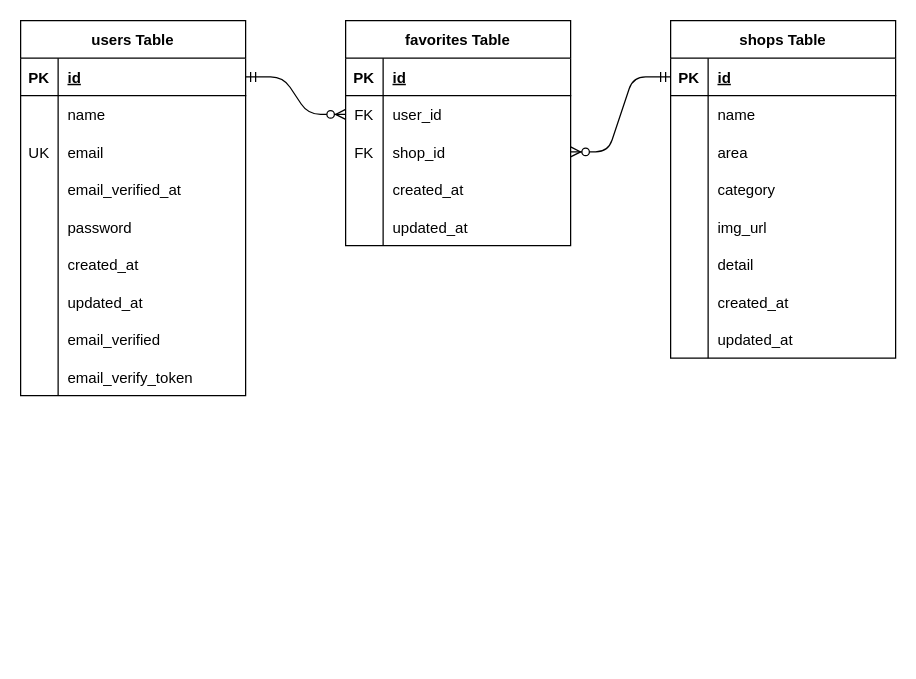
Above: .drawio in nan888999/rese (draw.io), before the change. Source tidied: cells renumbered, new cells numbered last; positions are measured from the earlier drawing's top-left corner, leaving out a move shared by most shapes. Both pictures are drawn from the tidied source at 125%, with x=0, y=0 at pixel (20, 20).
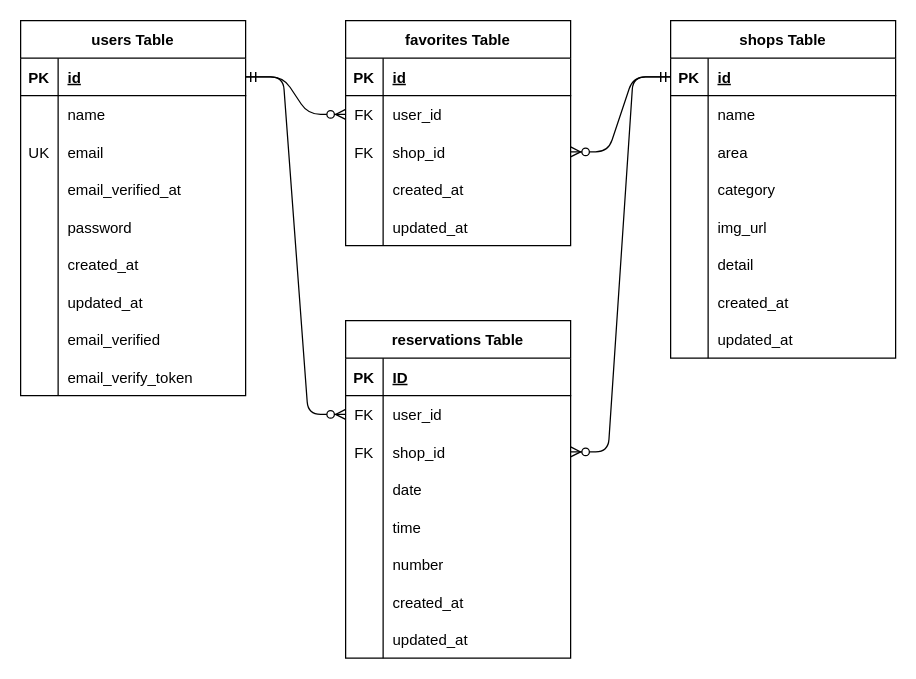
The same diagram, later.

The change refers to these unchanged cells:
```xml
<mxCell id="3" style="shape=tableRow;horizontal=0;startSize=0;swimlaneHead=0;swimlaneBody=0;fillColor=none;points=[[0,0.5],[1,0.5]];portConstraint=eastwest;top=0;left=0;right=0;bottom=1;" parent="2" vertex="1">
  <mxGeometry y="30" width="180" height="30" as="geometry" />
</mxCell>
<mxCell id="31" style="shape=tableRow;horizontal=0;startSize=0;swimlaneHead=0;swimlaneBody=0;fillColor=none;points=[[0,0.5],[1,0.5]];portConstraint=eastwest;top=0;left=0;right=0;bottom=1;" parent="30" vertex="1">
  <mxGeometry y="30" width="180" height="30" as="geometry" />
</mxCell>
```

What changed in the source:
```diff
@@
+    <mxCell id="73" value="reservations Table" style="shape=table;startSize=30;childLayout=tableLayout;rowLines=0;fontStyle=1;align=center;" parent="1" vertex="1">
+      <mxGeometry x="260" y="240" width="180" height="270" as="geometry" />
+    </mxCell>
+    <mxCell id="74" style="shape=tableRow;horizontal=0;startSize=0;swimlaneHead=0;swimlaneBody=0;fillColor=none;top=0;left=0;right=0;bottom=1;" parent="73" vertex="1">
+      <mxGeometry y="30" width="180" height="30" as="geometry" />
+    </mxCell>
+    <mxCell id="75" value="PK" style="shape=partialRectangle;fillColor=none;top=0;left=0;bottom=0;right=0;fontStyle=1;overflow=hidden;" parent="74" vertex="1">
+      <mxGeometry width="30" height="30" as="geometry" />
+    </mxCell>
+    <mxCell id="76" value="ID" style="shape=partialRectangle;fillColor=none;top=0;left=0;bottom=0;right=0;align=left;spacingLeft=6;fontStyle=5;overflow=hidden;" parent="74" vertex="1">
+      <mxGeometry x="30" width="150" height="30" as="geometry" />
+    </mxCell>
+    <mxCell id="77" style="shape=tableRow;horizontal=0;startSize=0;swimlaneHead=0;swimlaneBody=0;fillColor=none;points=[[0,0.5],[1,0.5]];portConstraint=eastwest;top=0;left=0;right=0;bottom=0;" parent="73" vertex="1">
+      <mxGeometry y="60" width="180" height="30" as="geometry" />
+    </mxCell>
+    <mxCell id="78" value="FK" style="shape=partialRectangle;fillColor=none;top=0;left=0;bottom=0;right=0;overflow=hidden;" parent="77" vertex="1">
+      <mxGeometry width="30" height="30" as="geometry" />
+    </mxCell>
+    <mxCell id="79" value="user_id" style="shape=partialRectangle;fillColor=none;top=0;left=0;bottom=0;right=0;align=left;spacingLeft=6;overflow=hidden;" parent="77" vertex="1">
+      <mxGeometry x="30" width="150" height="30" as="geometry" />
+    </mxCell>
+    <mxCell id="80" style="shape=tableRow;horizontal=0;startSize=0;swimlaneHead=0;swimlaneBody=0;fillColor=none;points=[[0,0.5],[1,0.5]];portConstraint=eastwest;top=0;left=0;right=0;bottom=0;" parent="73" vertex="1">
+      <mxGeometry y="90" width="180" height="30" as="geometry" />
+    </mxCell>
+    <mxCell id="81" value="FK" style="shape=partialRectangle;fillColor=none;top=0;left=0;bottom=0;right=0;overflow=hidden;" parent="80" vertex="1">
+      <mxGeometry width="30" height="30" as="geometry" />
+    </mxCell>
+    <mxCell id="82" value="shop_id" style="shape=partialRectangle;fillColor=none;top=0;left=0;bottom=0;right=0;align=left;spacingLeft=6;overflow=hidden;" parent="80" vertex="1">
+      <mxGeometry x="30" width="150" height="30" as="geometry" />
+    </mxCell>
+    <mxCell id="83" style="shape=tableRow;horizontal=0;startSize=0;swimlaneHead=0;swimlaneBody=0;fillColor=none;top=0;left=0;right=0;bottom=0;" parent="73" vertex="1">
+      <mxGeometry y="120" width="180" height="30" as="geometry" />
+    </mxCell>
+    <mxCell id="84" style="shape=partialRectangle;fillColor=none;top=0;left=0;bottom=0;right=0;overflow=hidden;" parent="83" vertex="1">
+      <mxGeometry width="30" height="30" as="geometry" />
+    </mxCell>
+    <mxCell id="85" value="date" style="shape=partialRectangle;fillColor=none;top=0;left=0;bottom=0;right=0;align=left;spacingLeft=6;overflow=hidden;" parent="83" vertex="1">
+      <mxGeometry x="30" width="150" height="30" as="geometry" />
+    </mxCell>
+    <mxCell id="86" style="shape=tableRow;horizontal=0;startSize=0;swimlaneHead=0;swimlaneBody=0;fillColor=none;top=0;left=0;right=0;bottom=0;" parent="73" vertex="1">
+      <mxGeometry y="150" width="180" height="30" as="geometry" />
+    </mxCell>
+    <mxCell id="87" style="shape=partialRectangle;fillColor=none;top=0;left=0;bottom=0;right=0;overflow=hidden;" parent="86" vertex="1">
+      <mxGeometry width="30" height="30" as="geometry" />
+    </mxCell>
+    <mxCell id="88" value="time" style="shape=partialRectangle;fillColor=none;top=0;left=0;bottom=0;right=0;align=left;spacingLeft=6;overflow=hidden;" parent="86" vertex="1">
+      <mxGeometry x="30" width="150" height="30" as="geometry" />
+    </mxCell>
+    <mxCell id="89" style="shape=tableRow;horizontal=0;startSize=0;swimlaneHead=0;swimlaneBody=0;fillColor=none;top=0;left=0;right=0;bottom=0;" parent="73" vertex="1">
+      <mxGeometry y="180" width="180" height="30" as="geometry" />
+    </mxCell>
+    <mxCell id="90" style="shape=partialRectangle;fillColor=none;top=0;left=0;bottom=0;right=0;overflow=hidden;" parent="89" vertex="1">
+      <mxGeometry width="30" height="30" as="geometry" />
+    </mxCell>
+    <mxCell id="91" value="number" style="shape=partialRectangle;fillColor=none;top=0;left=0;bottom=0;right=0;align=left;spacingLeft=6;overflow=hidden;" parent="89" vertex="1">
+      <mxGeometry x="30" width="150" height="30" as="geometry" />
+    </mxCell>
+    <mxCell id="92" style="shape=tableRow;horizontal=0;startSize=0;swimlaneHead=0;swimlaneBody=0;fillColor=none;top=0;left=0;right=0;bottom=0;" parent="73" vertex="1">
+      <mxGeometry y="210" width="180" height="30" as="geometry" />
+    </mxCell>
+    <mxCell id="93" style="shape=partialRectangle;fillColor=none;top=0;left=0;bottom=0;right=0;overflow=hidden;" parent="92" vertex="1">
+      <mxGeometry width="30" height="30" as="geometry" />
+    </mxCell>
+    <mxCell id="94" value="created_at" style="shape=partialRectangle;fillColor=none;top=0;left=0;bottom=0;right=0;align=left;spacingLeft=6;overflow=hidden;" parent="92" vertex="1">
+      <mxGeometry x="30" width="150" height="30" as="geometry" />
+    </mxCell>
+    <mxCell id="95" style="shape=tableRow;horizontal=0;startSize=0;swimlaneHead=0;swimlaneBody=0;fillColor=none;top=0;left=0;right=0;bottom=0;" parent="73" vertex="1">
+      <mxGeometry y="240" width="180" height="30" as="geometry" />
+    </mxCell>
+    <mxCell id="96" style="shape=partialRectangle;fillColor=none;top=0;left=0;bottom=0;right=0;overflow=hidden;" parent="95" vertex="1">
+      <mxGeometry width="30" height="30" as="geometry" />
+    </mxCell>
+    <mxCell id="97" value="updated_at" style="shape=partialRectangle;fillColor=none;top=0;left=0;bottom=0;right=0;align=left;spacingLeft=6;overflow=hidden;" parent="95" vertex="1">
+      <mxGeometry x="30" width="150" height="30" as="geometry" />
+    </mxCell>
+    <mxCell id="98" style="edgeStyle=entityRelationEdgeStyle;fontSize=12;html=1;endArrow=ERzeroToMany;startArrow=ERmandOne;entryX=0;entryY=0.5;entryDx=0;entryDy=0;exitX=1;exitY=0.5;exitDx=0;exitDy=0;" parent="1" edge="1" source="3" target="77">
+      <mxGeometry relative="1" as="geometry" />
+    </mxCell>
+    <mxCell id="99" style="edgeStyle=entityRelationEdgeStyle;fontSize=12;html=1;endArrow=ERzeroToMany;startArrow=ERmandOne;exitX=0;exitY=0.5;exitDx=0;exitDy=0;entryX=1;entryY=0.5;entryDx=0;entryDy=0;" parent="1" edge="1" source="31" target="80">
+      <mxGeometry relative="1" as="geometry" />
+    </mxCell>
```
